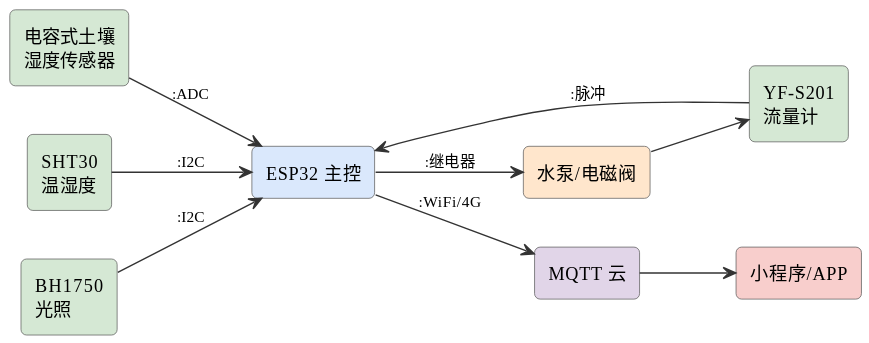
The PlantUML diagram assets/diagrams/ideas-fig25.svg in mingyi0818/IntelligentMcuCourse, before a commit.
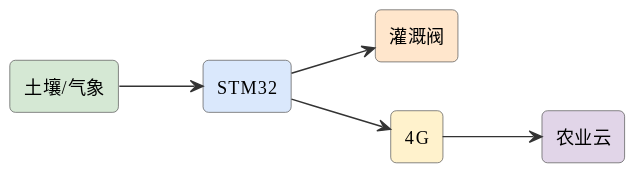
After the change.

Change to the diagram source:
```diff
@@ -6,20 +6,13 @@
 skinparam arrowFontSize 11
 skinparam arrowColor #333
 left to right direction
-rectangle "电容式土壤\n湿度传感器" as soil #d5e8d4
-rectangle "SHT30\n温湿度" as sht #d5e8d4
-rectangle "BH1750\n光照" as lux #d5e8d4
-rectangle "ESP32 主控" as esp #dae8fc
-rectangle "水泵/电磁阀" as pump #ffe6cc
-rectangle "YF-S201\n流量计" as flow #d5e8d4
-rectangle "MQTT 云" as mqtt #e1d5e8
-rectangle "小程序/APP" as app #f8cecc
-soil --> esp : :ADC
-sht --> esp : :I2C
-lux --> esp : :I2C
-esp --> pump : :继电器
-pump --> flow
-flow --> esp : :脉冲
-esp --> mqtt : :WiFi/4G
-mqtt --> app
+rectangle "土壤/气象" as s #d5e8d4
+rectangle "STM32" as stm #dae8fc
+rectangle "灌溉阀" as valve #ffe6cc
+rectangle "4G" as g #fff2cc
+rectangle "农业云" as cloud #e1d5e8
+s --> stm
+stm --> valve
+stm --> g
+g --> cloud
 @enduml
```
